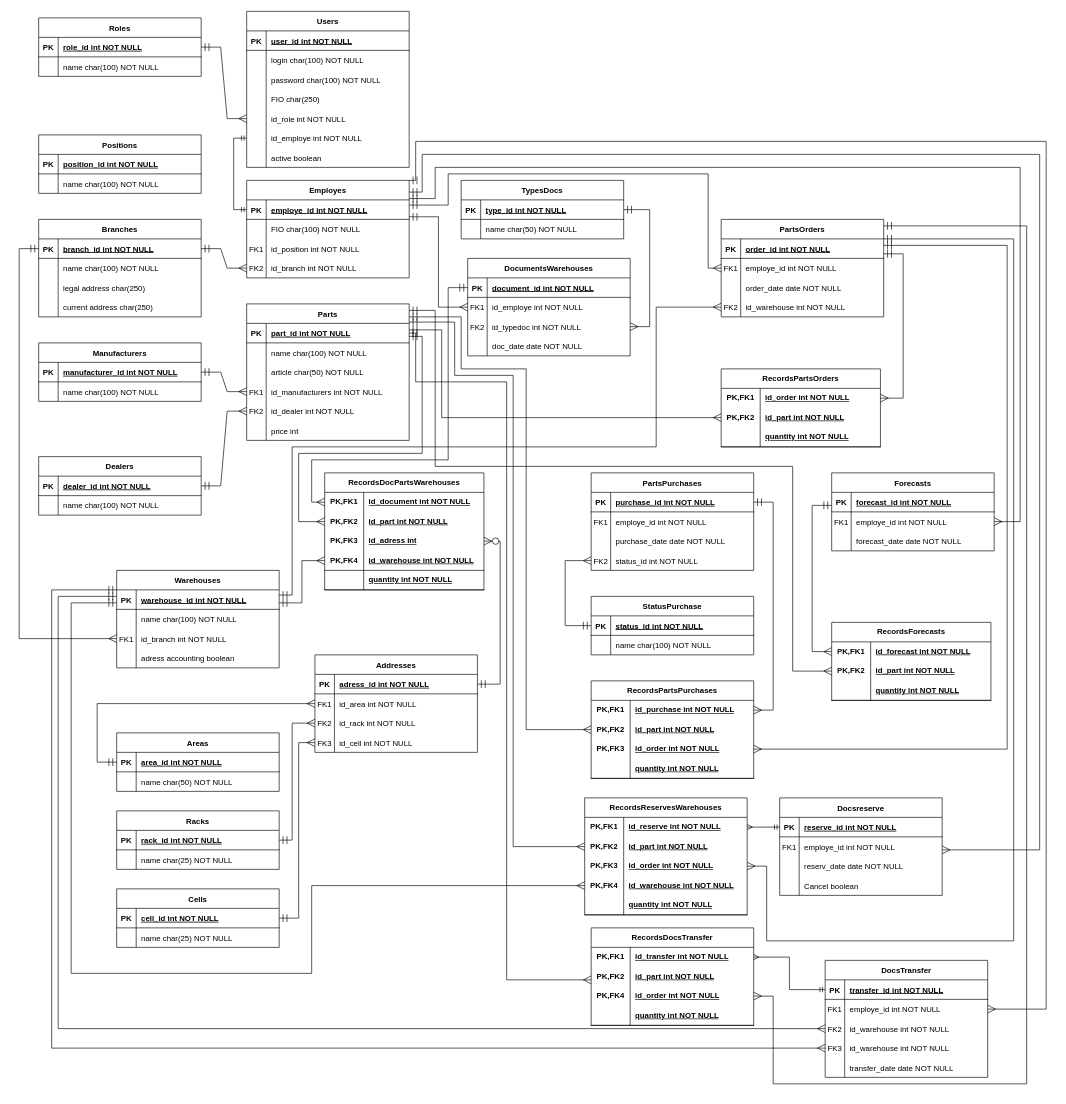
Above: ER diagram.drawio in aapoplavskii/Project_Otus_SA (draw.io), before the change. Source tidied: cells renumbered, new cells numbered last; positions are measured from the earlier drawing's top-left corner, leaving out a move shared by most shapes. Both pictures are drawn from the tidied source at 65%, with x=0, y=0 at pixel (19, 11).
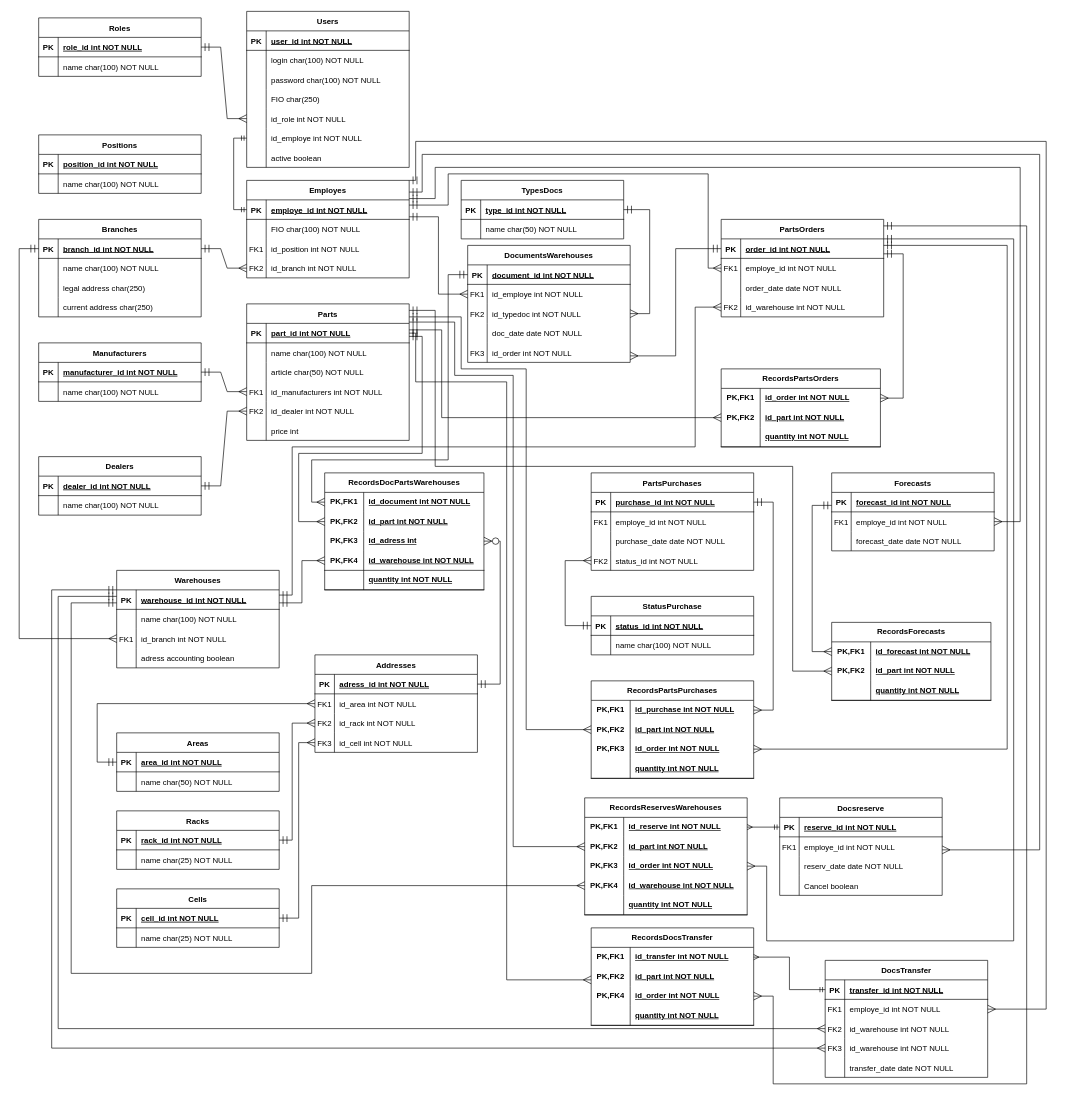
Above is the later version.

The change refers to these unchanged cells:
```xml
<mxCell id="3" style="shape=partialRectangle;fillColor=none;points=[[0,0.5],[1,0.5]];portConstraint=eastwest;top=0;left=0;right=0;bottom=1;" parent="2" vertex="1">
  <mxGeometry y="30" width="250" height="30" as="geometry" />
</mxCell>
<mxCell id="12" style="shape=partialRectangle;fillColor=none;points=[[0,0.5],[1,0.5]];portConstraint=eastwest;top=0;left=0;right=0;bottom=0;" parent="2" vertex="1">
  <mxGeometry y="120" width="250" height="30" as="geometry" />
</mxCell>
<mxCell id="86" style="shape=partialRectangle;fillColor=none;points=[[0,0.5],[1,0.5]];portConstraint=eastwest;top=0;left=0;right=0;bottom=1;" parent="85" vertex="1">
  <mxGeometry y="30" width="250" height="30" as="geometry" />
</mxCell>
<mxCell id="137" style="shape=tableRow;horizontal=0;startSize=0;swimlaneHead=0;swimlaneBody=0;fillColor=none;points=[[0,0.5],[1,0.5]];portConstraint=eastwest;top=0;left=0;right=0;bottom=0;html=1;" parent="136" vertex="1">
  <mxGeometry y="30" width="245" height="30" as="geometry" />
</mxCell>
<mxCell id="156" style="shape=partialRectangle;fillColor=none;points=[[0,0.5],[1,0.5]];portConstraint=eastwest;top=0;left=0;right=0;bottom=1;" parent="155" vertex="1">
  <mxGeometry y="30" width="250" height="30" as="geometry" />
</mxCell>
<mxCell id="162" style="shape=partialRectangle;fillColor=none;points=[[0,0.5],[1,0.5]];portConstraint=eastwest;top=0;left=0;right=0;bottom=0;" parent="155" vertex="1">
  <mxGeometry y="90" width="250" height="30" as="geometry" />
</mxCell>
<mxCell id="170" style="shape=partialRectangle;fillColor=none;points=[[0,0.5],[1,0.5]];portConstraint=eastwest;top=0;left=0;right=0;bottom=1;" parent="169" vertex="1">
  <mxGeometry y="30" width="250" height="30" as="geometry" />
</mxCell>
```

Change to the diagram source:
```diff
@@
     <mxCell id="155" value="DocumentsWarehouses" style="shape=table;startSize=30;childLayout=tableLayout;rowLines=0;fontStyle=1;align=center;" parent="1" vertex="1">
-      <mxGeometry x="690" y="380" width="250" height="150" as="geometry" />
+      <mxGeometry x="690" y="360" width="250" height="180" as="geometry" />
     </mxCell>
@@
+    <mxCell id="351" style="shape=partialRectangle;fillColor=none;points=[[0,0.5],[1,0.5]];portConstraint=eastwest;top=0;left=0;right=0;bottom=0;" parent="155" vertex="1">
+      <mxGeometry y="150" width="250" height="30" as="geometry" />
+    </mxCell>
+    <mxCell id="352" value="FK3" style="shape=partialRectangle;overflow=hidden;fillColor=none;top=0;left=0;bottom=0;right=0;" parent="351" vertex="1">
+      <mxGeometry width="30" height="30" as="geometry" />
+    </mxCell>
+    <mxCell id="353" value="id_order int NOT NULL" style="shape=partialRectangle;overflow=hidden;fillColor=none;top=0;left=0;bottom=0;right=0;align=left;spacingLeft=6;" parent="351" vertex="1">
+      <mxGeometry x="30" width="220" height="30" as="geometry" />
+    </mxCell>
     <mxCell id="168" style="fontSize=12;html=1;endArrow=ERmany;startArrow=ERmandOne;rounded=0;exitX=0;exitY=0.5;exitDx=0;exitDy=0;endSize=10;startSize=10;endFill=0;entryX=0;entryY=0.5;entryDx=0;entryDy=0;edgeStyle=orthogonalEdgeStyle;" parent="1" edge="1" source="156" target="137">
       <mxGeometry relative="1" as="geometry">
         <Array as="points">
-          <mxPoint x="660" y="425" />
+          <mxPoint x="660" y="405" />
           <mxPoint x="660" y="690" />
           <mxPoint x="450" y="690" />
           <mxPoint x="450" y="755" />
         </Array>
       </mxGeometry>
     </mxCell>
@@
     <mxCell id="176" style="fontSize=12;html=1;endArrow=ERmany;startArrow=ERmandOne;rounded=0;exitX=1;exitY=0.5;exitDx=0;exitDy=0;endSize=10;startSize=10;endFill=0;edgeStyle=orthogonalEdgeStyle;entryX=1;entryY=0.5;entryDx=0;entryDy=0;" parent="1" edge="1" source="170" target="162">
       <mxGeometry relative="1" as="geometry">
         <Array as="points">
           <mxPoint x="970" y="305" />
-          <mxPoint x="970" y="485" />
+          <mxPoint x="970" y="465" />
         </Array>
       </mxGeometry>
     </mxCell>
@@
     <mxCell id="179" style="fontSize=12;html=1;endArrow=ERmany;startArrow=ERmandOne;rounded=0;endSize=10;startSize=10;endFill=0;entryX=0;entryY=0.5;entryDx=0;entryDy=0;edgeStyle=orthogonalEdgeStyle;" parent="1" edge="1" source="86" target="12">
       <mxGeometry relative="1" as="geometry">
         <Array as="points">
           <mxPoint x="420" y="898" />
           <mxPoint x="420" y="670" />
-          <mxPoint x="980" y="670" />
-          <mxPoint x="980" y="455" />
+          <mxPoint x="1040" y="670" />
+          <mxPoint x="1040" y="455" />
         </Array>
       </mxGeometry>
     </mxCell>
@@
+    <mxCell id="354" style="fontSize=12;html=1;endArrow=ERmany;startArrow=ERmandOne;rounded=0;exitX=0;exitY=0.5;exitDx=0;exitDy=0;endSize=10;startSize=10;endFill=0;edgeStyle=orthogonalEdgeStyle;" parent="1" edge="1" source="3" target="351">
+      <mxGeometry relative="1" as="geometry">
+        <Array as="points">
+          <mxPoint x="1010" y="365" />
+          <mxPoint x="1010" y="530" />
+        </Array>
+      </mxGeometry>
+    </mxCell>
```
